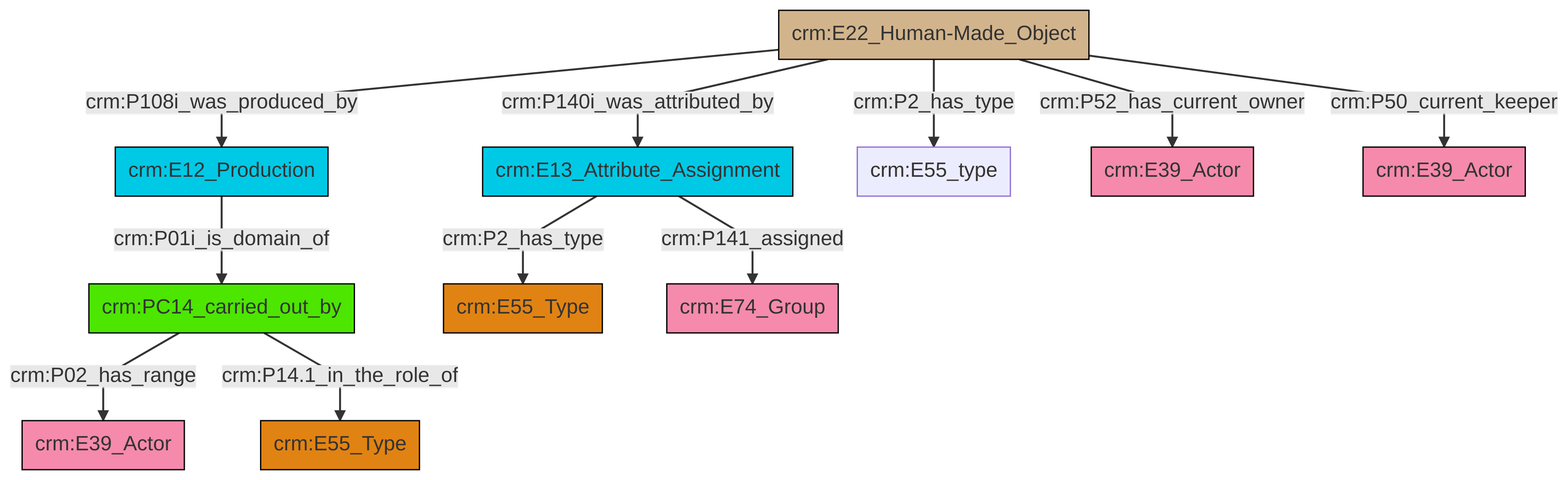
swiss-art-research-net/docs.swissartresearch keeps this Mermaid diagram as et/artworkCSV/ttl/mmd/png/Artwork_Actor_Relations.png. Above is the earlier version. Its source is kept beside it as et/artworkCSV/ttl/mmd/Artwork_Actor_Relations.ttl.mmd.
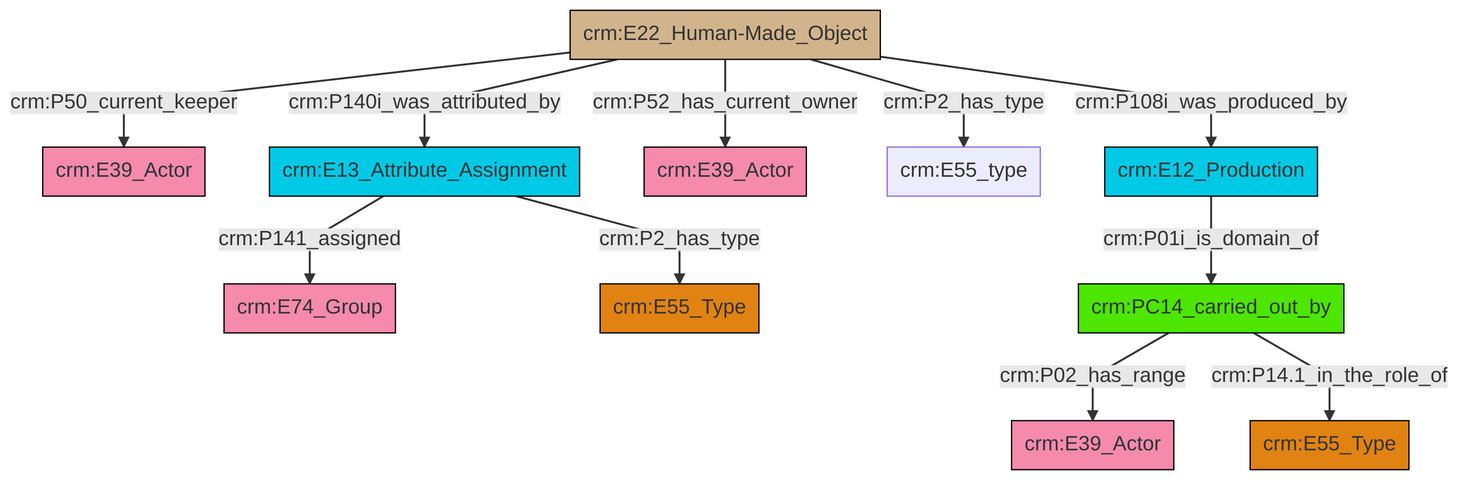
Above is the later version.

Change to the diagram source:
```diff
@@ -13,13 +13,13 @@
 classDef PC_Classes fill:#4ce600, stroke:#000000;
 classDef Multi fill:#cccccc,stroke:#000000;
 
-0["crm:E12_Production"]:::Temporal_Entity -->|crm:P01i_is_domain_of| 1["crm:PC14_carried_out_by"]:::PC_Classes
-7["crm:E13_Attribute_Assignment"]:::Temporal_Entity -->|crm:P2_has_type| 8["crm:E55_Type"]:::Type
-9["crm:E22_Human-Made_Object"]:::Physical_Thing -->|crm:P2_has_type| 10["crm:E55_type"]:::Default
-1["crm:PC14_carried_out_by"]:::PC_Classes -->|crm:P02_has_range| 5["crm:E39_Actor"]:::Actor
-1["crm:PC14_carried_out_by"]:::PC_Classes -->|crm:P14.1_in_the_role_of| 3["crm:E55_Type"]:::Type
-9["crm:E22_Human-Made_Object"]:::Physical_Thing -->|crm:P108i_was_produced_by| 0["crm:E12_Production"]:::Temporal_Entity
-9["crm:E22_Human-Made_Object"]:::Physical_Thing -->|crm:P50_current_keeper| 13["crm:E39_Actor"]:::Actor
-9["crm:E22_Human-Made_Object"]:::Physical_Thing -->|crm:P52_has_current_owner| 11["crm:E39_Actor"]:::Actor
-7["crm:E13_Attribute_Assignment"]:::Temporal_Entity -->|crm:P141_assigned| 16["crm:E74_Group"]:::Actor
-9["crm:E22_Human-Made_Object"]:::Physical_Thing -->|crm:P140i_was_attributed_by| 7["crm:E13_Attribute_Assignment"]:::Temporal_Entity
+0["crm:E22_Human-Made_Object"]:::Physical_Thing -->|crm:P50_current_keeper| 1["crm:E39_Actor"]:::Actor
+0["crm:E22_Human-Made_Object"]:::Physical_Thing -->|crm:P140i_was_attributed_by| 4["crm:E13_Attribute_Assignment"]:::Temporal_Entity
+0["crm:E22_Human-Made_Object"]:::Physical_Thing -->|crm:P52_has_current_owner| 7["crm:E39_Actor"]:::Actor
+4["crm:E13_Attribute_Assignment"]:::Temporal_Entity -->|crm:P2_has_type| 5["crm:E55_Type"]:::Type
+4["crm:E13_Attribute_Assignment"]:::Temporal_Entity -->|crm:P141_assigned| 2["crm:E74_Group"]:::Actor
+11["crm:PC14_carried_out_by"]:::PC_Classes -->|crm:P02_has_range| 14["crm:E39_Actor"]:::Actor
+19["crm:E12_Production"]:::Temporal_Entity -->|crm:P01i_is_domain_of| 11["crm:PC14_carried_out_by"]:::PC_Classes
+0["crm:E22_Human-Made_Object"]:::Physical_Thing -->|crm:P108i_was_produced_by| 19["crm:E12_Production"]:::Temporal_Entity
+0["crm:E22_Human-Made_Object"]:::Physical_Thing -->|crm:P2_has_type| 9["crm:E55_type"]:::Default
+11["crm:PC14_carried_out_by"]:::PC_Classes -->|crm:P14.1_in_the_role_of| 16["crm:E55_Type"]:::Type
```
